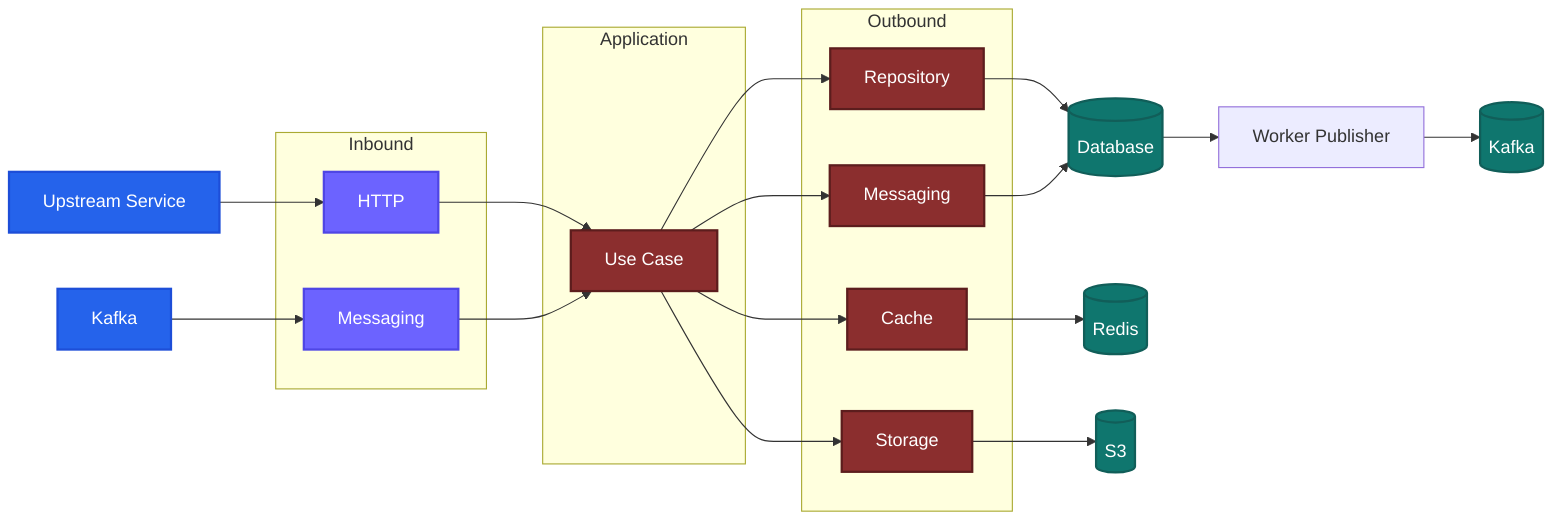
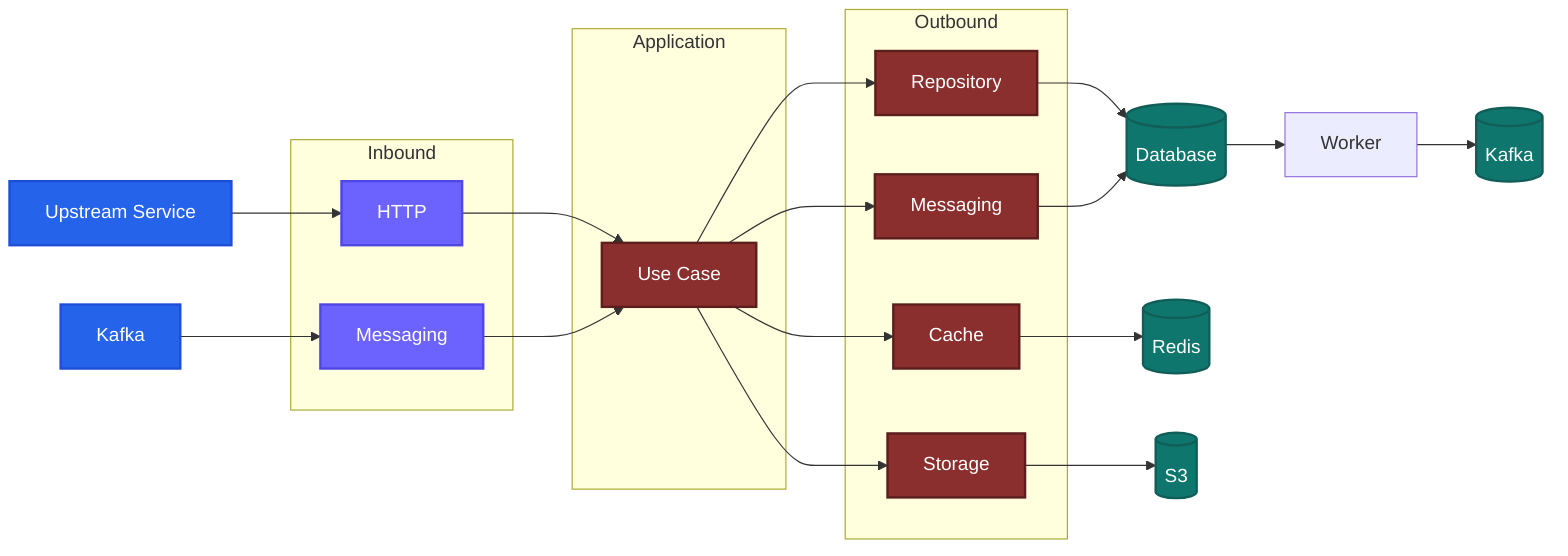
flowchart LR

%% External Inputs
US[Upstream Service]
KF[Kafka]

subgraph INBOUND["Inbound"]
    HTTP[HTTP]
    MSGIN[Messaging]
end

subgraph APPLICATION["Application"]
    UC[Use Case]
end

subgraph OUTBOUND["Outbound"]
    REPO[Repository]
    CACHE[Cache]
    STORE[Storage]
    MSGOUT[Messaging]
end

- WP[Worker Publisher]
+ WP[Worker]

DB[(Database)]
REDIS[(Redis)]
S3[(S3)]
KP[(Kafka)]

%% Input
US --> HTTP
KF --> MSGIN

HTTP --> UC
MSGIN --> UC

%% Outbound
UC --> REPO
UC --> CACHE
UC --> STORE
UC --> MSGOUT

REPO --> DB
CACHE --> REDIS
STORE --> S3
MSGOUT --> DB

DB --> WP
WP --> KP

%% Styles
classDef Inbound fill:#6C63FF,stroke:#4F46E5,color:#fff,stroke-width:2px;
classDef app fill:#8B2E2E,stroke:#5C1D1D,color:#fff,stroke-width:2px;
classDef OUTBOUND fill:#8B2E2E,stroke:#5C1D1D,color:#fff,stroke-width:2px;
classDef external fill:#2563EB,stroke:#1D4ED8,color:#fff,stroke-width:2px;
classDef storage fill:#0F766E,stroke:#115E59,color:#fff,stroke-width:2px;

class HTTP,MSGIN Inbound;
class UC,REPO,CACHE,STORE,MSGOUT app;
class US,KF,SCH,KP external;
class DB,REDIS,S3,KP storage;